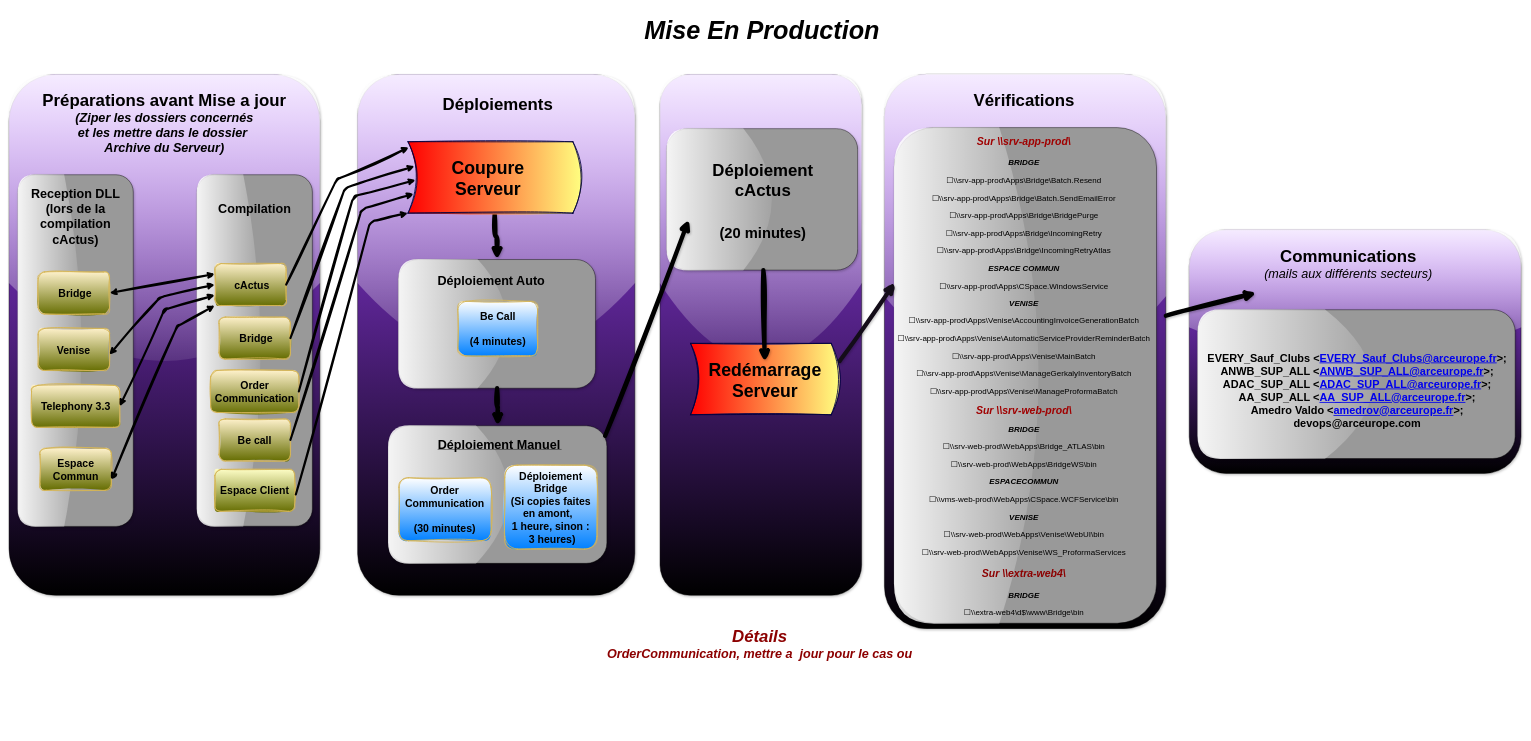
Before: Suivi MEP.drawio in MarcSyndrome/Objectif-du-jour-ARC-EF, a draw.io diagram. Source tidied: cells renumbered, new cells numbered last; positions are measured from the earlier drawing's top-left corner, leaving out a move shared by most shapes. Both pictures are drawn from the tidied source at 42%, with x=0, y=0 at pixel (-100, 7).
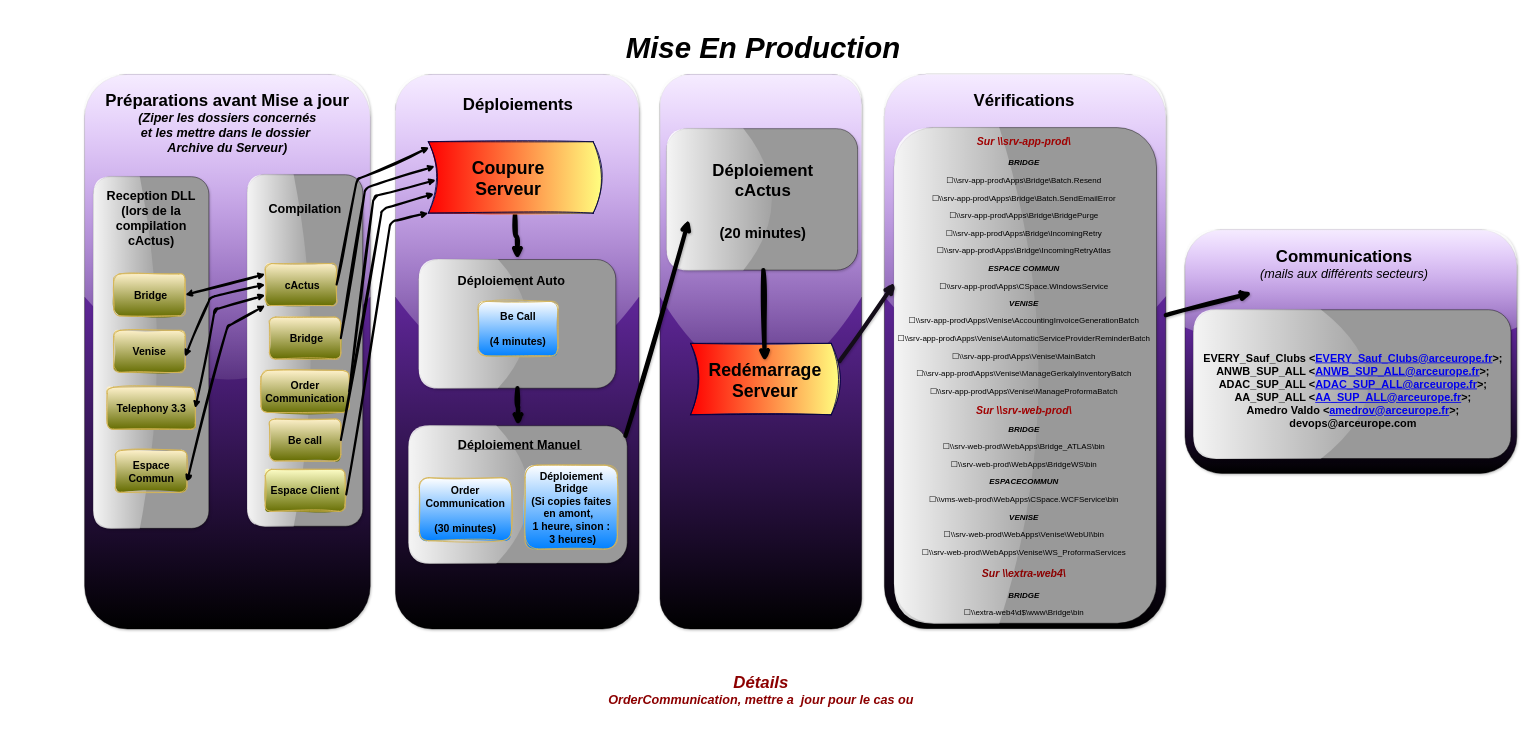
The same page after the edit.

Commit message (it also covers changes not shown here):
Mettre à jour Suivi MEP.drawio

Diff of the diagram source:
```diff
@@
     <mxCell id="2" style="rounded=1;whiteSpace=wrap;html=1;glass=1;shadow=1;fillColor=#9f40ff;fillStyle=auto;gradientColor=default;" parent="1" vertex="1">
-      <mxGeometry x="1810" y="160" width="480" height="1240" as="geometry" />
+      <mxGeometry x="1810" y="160" width="480" height="1320" as="geometry" />
     </mxCell>
     <mxCell id="3" style="rounded=1;whiteSpace=wrap;html=1;glass=1;shadow=1;fillColor=#9f40ff;fillStyle=auto;gradientColor=default;" parent="1" vertex="1">
-      <mxGeometry x="3070" y="529.6" width="790" height="580" as="geometry" />
+      <mxGeometry x="3060" y="529.6" width="790" height="580" as="geometry" />
     </mxCell>
     <mxCell id="4" style="rounded=1;whiteSpace=wrap;html=1;glass=1;shadow=1;fillColor=#9f40ff;fillStyle=auto;gradientColor=default;" parent="1" vertex="1">
-      <mxGeometry x="1090" y="160" width="660" height="1240" as="geometry" />
+      <mxGeometry x="1180" y="160" width="580" height="1320" as="geometry" />
     </mxCell>
     <mxCell id="5" style="rounded=1;whiteSpace=wrap;html=1;glass=1;shadow=1;fillColor=#9f40ff;fillStyle=auto;gradientColor=default;" parent="1" vertex="1">
-      <mxGeometry x="260" y="160" width="740" height="1240" as="geometry" />
+      <mxGeometry x="440" y="160" width="680" height="1320" as="geometry" />
     </mxCell>
     <mxCell id="6" style="rounded=1;whiteSpace=wrap;html=1;rotation=-90;fillColor=#999999;shadow=1;glass=1;" parent="1" vertex="1">
-      <mxGeometry x="1259.7" y="900" width="327.5" height="520" as="geometry" />
+      <mxGeometry x="1308.1" y="900" width="327.5" height="520" as="geometry" />
     </mxCell>
     <mxCell id="7" style="rounded=1;whiteSpace=wrap;html=1;rotation=-90;fillColor=#999999;shadow=1;glass=1;" parent="1" vertex="1">
-      <mxGeometry x="1268.9" y="519.4" width="306.3" height="468.4" as="geometry" />
+      <mxGeometry x="1317.3" y="519.4" width="306.3" height="468.4" as="geometry" />
     </mxCell>
     <mxCell id="8" style="rounded=1;whiteSpace=wrap;html=1;rotation=-90;fillColor=#999999;shadow=1;glass=1;" parent="1" vertex="1">
-      <mxGeometry y="680" width="837.2" height="274.4" as="geometry" />
+      <mxGeometry x="180" y="684.6" width="837.2" height="274.4" as="geometry" />
     </mxCell>
     <mxCell id="9" style="rounded=1;whiteSpace=wrap;html=1;rotation=-90;fillColor=#999999;shadow=1;glass=1;" parent="1" vertex="1">
-      <mxGeometry x="426.6" y="679.8" width="836.8" height="274.4" as="geometry" />
+      <mxGeometry x="546.6" y="679.8" width="836.8" height="274.4" as="geometry" />
     </mxCell>
     <mxCell id="10" value="&lt;div style=&quot;font-size: 25px;&quot;&gt;&lt;font style=&quot;font-size: 25px;&quot;&gt;&lt;b&gt;&amp;nbsp;Bridge&lt;/b&gt;&lt;b&gt;&lt;font style=&quot;font-size: 25px;&quot;&gt;&lt;br&gt;&lt;/font&gt;&lt;/b&gt;&lt;/font&gt;&lt;/div&gt;" style="rounded=1;whiteSpace=wrap;html=1;fillColor=#fff2cc;strokeColor=#d6b656;gradientColor=#646c00;sketch=1;curveFitting=1;jiggle=2;shadow=0;strokeWidth=2;" parent="1" vertex="1">
-      <mxGeometry x="760" y="737.5" width="170" height="100" as="geometry" />
+      <mxGeometry x="880" y="737.5" width="170" height="100" as="geometry" />
     </mxCell>
     <mxCell id="11" value="&lt;div style=&quot;font-size: 21px;&quot;&gt;&lt;font size=&quot;1&quot;&gt;&lt;b&gt;&lt;font style=&quot;font-size: 25px;&quot;&gt;&amp;nbsp;cActus&lt;/font&gt;&lt;/b&gt;&lt;/font&gt;&lt;/div&gt;" style="rounded=1;whiteSpace=wrap;html=1;fillColor=#fff2cc;strokeColor=#d6b656;gradientColor=#646c00;sketch=1;curveFitting=1;jiggle=2;shadow=0;strokeWidth=2;" parent="1" vertex="1">
-      <mxGeometry x="750" y="610" width="170" height="100" as="geometry" />
+      <mxGeometry x="870" y="610" width="170" height="100" as="geometry" />
     </mxCell>
     <mxCell id="12" style="endArrow=classic;html=1;rounded=1;exitX=1;exitY=0.5;exitDx=0;exitDy=0;entryX=0.962;entryY=0.658;entryDx=0;entryDy=0;sketch=1;curveFitting=1;jiggle=2;shadow=0;strokeWidth=5;entryPerimeter=0;" parent="1" edge="1" source="10" target="22">
       <mxGeometry relative="1" as="geometry">
         <Array as="points">
-          <mxPoint x="1060" y="430" />
+          <mxPoint x="1108.4" y="430" />
         </Array>
       </mxGeometry>
     </mxCell>
     <mxCell id="13" style="endArrow=classic;html=1;rounded=1;exitX=1;exitY=0.5;exitDx=0;exitDy=0;entryX=0.995;entryY=0.921;entryDx=0;entryDy=0;sketch=1;curveFitting=1;jiggle=2;shadow=0;strokeWidth=5;entryPerimeter=0;" parent="1" edge="1" source="11" target="22">
       <mxGeometry relative="1" as="geometry">
         <Array as="points">
-          <mxPoint x="1040" y="410" />
+          <mxPoint x="1088.4" y="410" />
         </Array>
       </mxGeometry>
     </mxCell>
     <mxCell id="14" value="&lt;div style=&quot;font-size: 25px;&quot;&gt;&lt;font style=&quot;font-size: 25px;&quot;&gt;&lt;b&gt;Order Communication&lt;/b&gt; &lt;br&gt;&lt;/font&gt;&lt;/div&gt;" style="rounded=1;whiteSpace=wrap;html=1;fillColor=#fff2cc;strokeColor=#d6b656;gradientColor=#646c00;sketch=1;curveFitting=1;jiggle=2;shadow=0;strokeWidth=2;" parent="1" vertex="1">
-      <mxGeometry x="740" y="864.5" width="210" height="100" as="geometry" />
+      <mxGeometry x="860" y="864.5" width="210" height="100" as="geometry" />
     </mxCell>
     <mxCell id="15" style="endArrow=classic;html=1;rounded=1;exitX=1;exitY=0.5;exitDx=0;exitDy=0;entryX=0.956;entryY=0.464;entryDx=0;entryDy=0;sketch=1;curveFitting=1;jiggle=2;shadow=0;strokeWidth=5;entryPerimeter=0;" parent="1" edge="1" source="14" target="22">
       <mxGeometry relative="1" as="geometry">
         <Array as="points">
-          <mxPoint x="1080" y="450" />
+          <mxPoint x="1128.4" y="450" />
         </Array>
       </mxGeometry>
     </mxCell>
     <mxCell id="16" value="&lt;div style=&quot;font-size: 25px;&quot;&gt;&lt;font style=&quot;font-size: 25px;&quot;&gt;&lt;b&gt;Be call&lt;/b&gt;&lt;br&gt;&lt;/font&gt;&lt;/div&gt;" style="rounded=1;whiteSpace=wrap;html=1;fillColor=#fff2cc;strokeColor=#d6b656;gradientColor=#646c00;sketch=1;curveFitting=1;jiggle=2;shadow=0;strokeWidth=2;" parent="1" vertex="1">
-      <mxGeometry x="760" y="980" width="170" height="100" as="geometry" />
+      <mxGeometry x="880" y="980" width="170" height="100" as="geometry" />
     </mxCell>
     <mxCell id="17" style="endArrow=classic;html=1;rounded=1;exitX=1;exitY=0.5;exitDx=0;exitDy=0;entryX=0.967;entryY=0.27;entryDx=0;entryDy=0;sketch=1;curveFitting=1;jiggle=2;shadow=0;strokeWidth=5;entryPerimeter=0;" parent="1" edge="1" source="16" target="22">
       <mxGeometry relative="1" as="geometry">
         <Array as="points">
-          <mxPoint x="1100" y="480" />
+          <mxPoint x="1148.4" y="480" />
         </Array>
       </mxGeometry>
     </mxCell>
     <mxCell id="18" value="&lt;div style=&quot;font-size: 21px;&quot;&gt;&lt;font size=&quot;1&quot;&gt;&lt;b style=&quot;font-size: 25px;&quot;&gt;Telephony 3.3&lt;/b&gt;&lt;/font&gt;&lt;/div&gt;" style="rounded=1;whiteSpace=wrap;html=1;fillColor=#fff2cc;strokeColor=#d6b656;gradientColor=#646c00;sketch=1;curveFitting=1;jiggle=2;shadow=0;strokeWidth=2;" parent="1" vertex="1">
-      <mxGeometry x="313.6" y="900" width="210" height="100" as="geometry" />
+      <mxGeometry x="493.6" y="904.6" width="210" height="100" as="geometry" />
     </mxCell>
     <mxCell id="19" style="endArrow=classic;startArrow=classic;html=1;rounded=1;exitX=0;exitY=0.75;exitDx=0;exitDy=0;entryX=1;entryY=0.5;entryDx=0;entryDy=0;sketch=1;curveFitting=1;jiggle=2;shadow=0;strokeWidth=5;" parent="1" edge="1" source="11" target="18">
       <mxGeometry relative="1" as="geometry">
         <Array as="points">
-          <mxPoint x="630" y="720" />
+          <mxPoint x="750" y="720" />
         </Array>
       </mxGeometry>
     </mxCell>
     <mxCell id="20" value="&lt;div style=&quot;font-size: 21px;&quot;&gt;&lt;font size=&quot;1&quot;&gt;&lt;b style=&quot;font-size: 25px;&quot;&gt;Venise&lt;/b&gt;&lt;/font&gt;&lt;/div&gt;" style="rounded=1;whiteSpace=wrap;html=1;fillColor=#fff2cc;strokeColor=#d6b656;gradientColor=#646c00;sketch=1;curveFitting=1;jiggle=2;shadow=0;strokeWidth=2;" parent="1" vertex="1">
-      <mxGeometry x="329.3" y="764.5" width="170" height="100" as="geometry" />
+      <mxGeometry x="509.3" y="769.1" width="170" height="100" as="geometry" />
     </mxCell>
@@
     <mxCell id="22" style="shape=dataStorage;whiteSpace=wrap;html=1;fixedSize=1;rotation=-180;gradientColor=#ff0000;fillColor=#ffff80;gradientDirection=east;sketch=1;curveFitting=1;jiggle=2;shadow=0;strokeWidth=2;strokeColor=#000040;rounded=1;" parent="1" vertex="1">
-      <mxGeometry x="1210" y="320" width="412.5" height="170" as="geometry" />
+      <mxGeometry x="1258.4" y="320" width="412.5" height="170" as="geometry" />
     </mxCell>
     <mxCell id="23" value="&lt;font style=&quot;font-size: 42px;&quot;&gt;&lt;br&gt;&lt;b&gt;&lt;font style=&quot;font-size: 42px;&quot;&gt;Coupure Serveur&lt;/font&gt;&lt;/b&gt;&lt;br&gt;&lt;br&gt;&lt;/font&gt;" style="text;html=1;strokeColor=none;fillColor=none;align=center;verticalAlign=middle;whiteSpace=wrap;rounded=1;" parent="1" vertex="1">
-      <mxGeometry x="1310" y="365" width="180.6" height="85" as="geometry" />
+      <mxGeometry x="1358.4" y="365" width="180.6" height="85" as="geometry" />
     </mxCell>
     <mxCell id="24" value="&lt;font size=&quot;1&quot;&gt;&lt;b style=&quot;font-size: 30px;&quot;&gt;Compilation&lt;/b&gt;&lt;/font&gt;" style="text;html=1;strokeColor=none;fillColor=none;align=center;verticalAlign=middle;whiteSpace=wrap;rounded=1;" parent="1" vertex="1">
-      <mxGeometry x="730" y="450" width="230" height="60" as="geometry" />
+      <mxGeometry x="850" y="450" width="230" height="60" as="geometry" />
     </mxCell>
     <mxCell id="25" value="&lt;font style=&quot;font-size: 30px;&quot;&gt;&lt;b&gt;Reception DLL (lors de la compilation cActus)&lt;/b&gt;&lt;font style=&quot;font-size: 30px;&quot;&gt;&lt;b&gt;&lt;br&gt;&lt;/b&gt;&lt;/font&gt;&lt;/font&gt;" style="text;html=1;strokeColor=none;fillColor=none;align=center;verticalAlign=middle;whiteSpace=wrap;rounded=1;" parent="1" vertex="1">
-      <mxGeometry x="309.3" y="430" width="218.6" height="135" as="geometry" />
+      <mxGeometry x="489.3" y="434.6" width="218.6" height="135" as="geometry" />
     </mxCell>
     <mxCell id="26" style="endArrow=classic;startArrow=classic;html=1;rounded=1;entryX=0.998;entryY=0.627;entryDx=0;entryDy=0;sketch=1;curveFitting=1;jiggle=2;shadow=0;strokeWidth=5;entryPerimeter=0;exitX=0;exitY=0.5;exitDx=0;exitDy=0;" parent="1" edge="1" source="11" target="20">
       <mxGeometry relative="1" as="geometry">
         <Array as="points">
-          <mxPoint x="620" y="690" />
+          <mxPoint x="740" y="690" />
         </Array>
       </mxGeometry>
     </mxCell>
     <mxCell id="27" value="&lt;div style=&quot;font-size: 25px;&quot;&gt;&lt;font style=&quot;font-size: 25px;&quot;&gt;&lt;b&gt;&lt;font style=&quot;font-size: 25px;&quot;&gt;Espace Client &lt;/font&gt;&lt;/b&gt;&lt;br&gt;&lt;/font&gt;&lt;/div&gt;" style="rounded=1;whiteSpace=wrap;html=1;fillColor=#ffffc8;strokeColor=#d6b656;gradientColor=#646c00;sketch=1;curveFitting=1;jiggle=2;shadow=0;strokeWidth=2;" parent="1" vertex="1">
-      <mxGeometry x="750" y="1100" width="190" height="100" as="geometry" />
+      <mxGeometry x="870" y="1100" width="190" height="100" as="geometry" />
     </mxCell>
     <mxCell id="28" style="endArrow=classic;html=1;rounded=1;exitX=1.015;exitY=0.599;exitDx=0;exitDy=0;entryX=1;entryY=0;entryDx=0;entryDy=0;sketch=1;curveFitting=1;jiggle=2;shadow=0;strokeWidth=5;exitPerimeter=0;" parent="1" edge="1" source="27" target="22">
       <mxGeometry relative="1" as="geometry">
         <Array as="points">
-          <mxPoint x="1120" y="510" />
+          <mxPoint x="1168.4" y="510" />
         </Array>
       </mxGeometry>
     </mxCell>
@@
     <mxCell id="30" value="&lt;font size=&quot;1&quot;&gt;&lt;b style=&quot;font-size: 30px;&quot;&gt;Déploiement Auto&lt;/b&gt;&lt;/font&gt;&amp;nbsp; " style="text;html=1;strokeColor=none;fillColor=none;align=center;verticalAlign=middle;whiteSpace=wrap;rounded=1;" parent="1" vertex="1">
-      <mxGeometry x="1254.9" y="619.8" width="309.6" height="60" as="geometry" />
+      <mxGeometry x="1303.3" y="619.8" width="309.6" height="60" as="geometry" />
     </mxCell>
     <mxCell id="31" value="&lt;u&gt;&lt;font size=&quot;1&quot;&gt;&lt;b style=&quot;font-size: 30px;&quot;&gt;Déploiement Manuel&lt;/b&gt;&lt;/font&gt;&amp;nbsp; &lt;/u&gt;" style="text;html=1;strokeColor=none;fillColor=none;align=center;verticalAlign=middle;whiteSpace=wrap;rounded=1;" parent="1" vertex="1">
-      <mxGeometry x="1259.7" y="1010" width="337.1" height="60" as="geometry" />
+      <mxGeometry x="1308.1" y="1010" width="337.1" height="60" as="geometry" />
     </mxCell>
     <mxCell id="32" value="&lt;div style=&quot;font-size: 25px;&quot;&gt;&lt;font style=&quot;font-size: 25px;&quot;&gt;&lt;b&gt;Déploiement Bridge&lt;/b&gt;&lt;/font&gt;&lt;/div&gt;&lt;div style=&quot;font-size: 25px;&quot;&gt;&lt;font style=&quot;font-size: 25px;&quot;&gt;&lt;b&gt;(Si copies faites en amont,&amp;nbsp;&amp;nbsp;&lt;/b&gt;&lt;/font&gt;&lt;/div&gt;&lt;div style=&quot;font-size: 25px;&quot;&gt;&lt;font style=&quot;font-size: 25px;&quot;&gt;&lt;b&gt;1 heure, sinon :&lt;/b&gt;&lt;/font&gt;&lt;/div&gt;&lt;div style=&quot;font-size: 25px;&quot;&gt;&lt;font style=&quot;font-size: 25px;&quot;&gt;&lt;b&gt;&amp;nbsp;3 heures)&lt;br&gt;&lt;/b&gt;&lt;/font&gt;&lt;/div&gt;" style="rounded=1;whiteSpace=wrap;html=1;fillColor=#0080ff;strokeColor=#d6b656;gradientColor=#ffffff;sketch=1;curveFitting=1;jiggle=2;shadow=0;strokeWidth=2;fillStyle=solid;gradientDirection=north;" parent="1" vertex="1">
-      <mxGeometry x="1440.2" y="1090" width="219.8" height="200" as="geometry" />
+      <mxGeometry x="1488.6" y="1090" width="219.8" height="200" as="geometry" />
     </mxCell>
     <mxCell id="33" value="&lt;div style=&quot;font-size: 25px;&quot;&gt;&lt;font style=&quot;font-size: 25px;&quot;&gt;&lt;b&gt;Order&lt;/b&gt;&lt;/font&gt;&lt;/div&gt;&lt;div style=&quot;font-size: 25px;&quot;&gt;&lt;font style=&quot;font-size: 25px;&quot;&gt;&lt;b&gt;Communication&lt;/b&gt;&lt;/font&gt;&lt;/div&gt;&lt;div style=&quot;font-size: 25px;&quot;&gt;&lt;font style=&quot;font-size: 25px;&quot;&gt;&lt;b&gt;&lt;br&gt;&lt;/b&gt;&lt;b&gt;&lt;font style=&quot;font-size: 25px;&quot;&gt; &lt;/font&gt;&lt;/b&gt;&lt;/font&gt;&lt;/div&gt;&lt;div style=&quot;font-size: 25px;&quot;&gt;&lt;font style=&quot;font-size: 25px;&quot;&gt;&lt;b&gt;&lt;font style=&quot;font-size: 25px;&quot;&gt;(30 minutes)&lt;/font&gt;&lt;/b&gt;&lt;/font&gt;&lt;/div&gt;" style="rounded=1;whiteSpace=wrap;html=1;fillColor=#0080ff;strokeColor=#d6b656;gradientColor=#ffffff;sketch=1;curveFitting=1;jiggle=2;shadow=0;strokeWidth=2;fillStyle=solid;gradientDirection=north;" parent="1" vertex="1">
-      <mxGeometry x="1188.5" y="1120" width="219.2" height="150" as="geometry" />
+      <mxGeometry x="1236.9" y="1120" width="219.2" height="150" as="geometry" />
     </mxCell>
     <mxCell id="34" value="&lt;div style=&quot;font-size: 25px;&quot;&gt;&lt;font style=&quot;font-size: 25px;&quot;&gt;&lt;b&gt;Be Call&lt;/b&gt;&lt;/font&gt;&lt;/div&gt;&lt;div style=&quot;font-size: 25px;&quot;&gt;&lt;font style=&quot;font-size: 25px;&quot;&gt;&lt;b&gt;&lt;br&gt;&lt;/b&gt;&lt;b&gt;&lt;font style=&quot;font-size: 25px;&quot;&gt; &lt;/font&gt;&lt;/b&gt;&lt;/font&gt;&lt;/div&gt;&lt;div style=&quot;font-size: 25px;&quot;&gt;&lt;font style=&quot;font-size: 25px;&quot;&gt;&lt;b&gt;&lt;font style=&quot;font-size: 25px;&quot;&gt;(4 minutes)&lt;/font&gt;&lt;/b&gt;&lt;/font&gt;&lt;/div&gt;" style="rounded=1;whiteSpace=wrap;html=1;fillColor=#0080ff;strokeColor=#d6b656;gradientColor=#ffffff;sketch=1;curveFitting=1;jiggle=2;shadow=0;strokeWidth=2;fillStyle=solid;gradientDirection=north;" parent="1" vertex="1">
-      <mxGeometry x="1328.5" y="700" width="190" height="130" as="geometry" />
+      <mxGeometry x="1376.9" y="700" width="190" height="130" as="geometry" />
     </mxCell>
     <mxCell id="35" value="&lt;div&gt;&lt;b&gt;&lt;font style=&quot;font-size: 40px;&quot;&gt;Préparations avant Mise a jour&lt;/font&gt;&lt;/b&gt;&lt;/div&gt;&lt;div style=&quot;font-size: 30px;&quot;&gt;&lt;i&gt;&lt;font style=&quot;font-size: 30px;&quot;&gt;&lt;b&gt;&lt;font style=&quot;font-size: 30px;&quot;&gt;(Ziper les dossiers concernés&lt;/font&gt;&lt;/b&gt;&lt;/font&gt;&lt;/i&gt;&lt;/div&gt;&lt;div style=&quot;font-size: 30px;&quot;&gt;&lt;i&gt;&lt;font style=&quot;font-size: 30px;&quot;&gt;&lt;b&gt;&lt;font style=&quot;font-size: 30px;&quot;&gt;et les mettre dans le dossier&amp;nbsp;&lt;/font&gt;&lt;/b&gt;&lt;/font&gt;&lt;/i&gt;&lt;/div&gt;&lt;div style=&quot;font-size: 30px;&quot;&gt;&lt;i&gt;&lt;font style=&quot;font-size: 30px;&quot;&gt;&lt;b&gt;&lt;font style=&quot;font-size: 30px;&quot;&gt;Archive du Serveur)&lt;/font&gt;&lt;font style=&quot;font-size: 30px;&quot;&gt;&lt;br&gt;&lt;/font&gt;&lt;/b&gt;&lt;/font&gt;&lt;/i&gt;&lt;/div&gt;" style="text;html=1;strokeColor=none;fillColor=none;align=center;verticalAlign=middle;whiteSpace=wrap;rounded=1;" parent="1" vertex="1">
-      <mxGeometry x="280" y="190" width="700" height="170" as="geometry" />
+      <mxGeometry x="430" y="190" width="700" height="170" as="geometry" />
     </mxCell>
     <mxCell id="36" value="&lt;div&gt;&lt;b&gt;&lt;font style=&quot;font-size: 40px;&quot;&gt;Déploiements&lt;/font&gt;&lt;/b&gt;&lt;/div&gt;" style="text;html=1;strokeColor=none;fillColor=none;align=center;verticalAlign=middle;whiteSpace=wrap;rounded=1;" parent="1" vertex="1">
-      <mxGeometry x="1188.5" y="200" width="470" height="60" as="geometry" />
+      <mxGeometry x="1236.9" y="200" width="470" height="60" as="geometry" />
     </mxCell>
@@
     <mxCell id="43" value="&lt;div&gt;&lt;b&gt;&lt;font style=&quot;font-size: 40px;&quot;&gt;Communications&lt;/font&gt;&lt;/b&gt;&lt;/div&gt;&lt;font size=&quot;1&quot;&gt;&lt;i style=&quot;font-size: 30px;&quot;&gt;(mails aux différents secteurs)&lt;/i&gt;&lt;/font&gt;" style="text;html=1;strokeColor=none;fillColor=none;align=center;verticalAlign=middle;whiteSpace=wrap;rounded=1;" parent="1" vertex="1">
-      <mxGeometry x="3230" y="539.6" width="437.5" height="140" as="geometry" />
+      <mxGeometry x="3220" y="539.6" width="437.5" height="140" as="geometry" />
     </mxCell>
@@
     <mxCell id="45" style="rounded=1;whiteSpace=wrap;html=1;rotation=-90;fillColor=#999999;shadow=1;glass=1;" parent="1" vertex="1">
-      <mxGeometry x="3291.2" y="519.4" width="354.2" height="755.4" as="geometry" />
+      <mxGeometry x="3281.2" y="519.4" width="354.2" height="755.4" as="geometry" />
     </mxCell>
     <mxCell id="46" value="&lt;font style=&quot;font-size: 26px;&quot;&gt;&lt;b&gt;&lt;font style=&quot;font-size: 26px;&quot;&gt;EVERY_Sauf_Clubs &amp;lt;&lt;a href=&quot;mailto:EVERY_Sauf_Clubs@arceurope.fr&quot;&gt;EVERY_Sauf_Clubs@arceurope.fr&lt;/a&gt;&amp;gt;;&lt;br&gt;ANWB_SUP_ALL &amp;lt;&lt;a href=&quot;mailto:ANWB_SUP_ALL@arceurope.fr&quot;&gt;ANWB_SUP_ALL@arceurope.fr&lt;/a&gt;&amp;gt;;&lt;br&gt;ADAC_SUP_ALL &amp;lt;&lt;a href=&quot;mailto:ADAC_SUP_ALL@arceurope.fr&quot;&gt;ADAC_SUP_ALL@arceurope.fr&lt;/a&gt;&amp;gt;;&lt;br&gt;AA_SUP_ALL &amp;lt;&lt;a href=&quot;mailto:AA_SUP_ALL@arceurope.fr&quot;&gt;AA_SUP_ALL@arceurope.fr&lt;/a&gt;&amp;gt;;&lt;br&gt;Amedro Valdo &amp;lt;&lt;a href=&quot;mailto:amedrov@arceurope.fr&quot;&gt;amedrov@arceurope.fr&lt;/a&gt;&amp;gt;;&lt;br&gt;&lt;/font&gt;&lt;/b&gt;&lt;/font&gt;&lt;div style=&quot;font-size: 26px;&quot;&gt;&lt;font style=&quot;font-size: 26px;&quot;&gt;&lt;b&gt;&lt;font style=&quot;font-size: 26px;&quot;&gt;devops@arceurope.com&lt;/font&gt;&lt;/b&gt;&lt;/font&gt;&lt;/div&gt;" style="text;html=1;strokeColor=none;fillColor=none;align=center;verticalAlign=middle;whiteSpace=wrap;rounded=1;" parent="1" vertex="1">
-      <mxGeometry x="3100" y="763.4" width="740" height="300" as="geometry" />
+      <mxGeometry x="3090" y="763.4" width="740" height="300" as="geometry" />
     </mxCell>
     <mxCell id="47" value="&lt;div style=&quot;font-size: 30px;&quot;&gt;&lt;font color=&quot;#8c0000&quot;&gt;&lt;i&gt;&lt;b&gt;&lt;font style=&quot;font-size: 40px;&quot;&gt;Détails&lt;/font&gt;&lt;/b&gt;&lt;/i&gt;&lt;/font&gt;&lt;/div&gt;&lt;div style=&quot;font-size: 30px;&quot;&gt;&lt;font color=&quot;#8c0000&quot;&gt;&lt;i&gt;&lt;b&gt;&lt;font style=&quot;font-size: 30px;&quot;&gt;OrderCommunication, mettre a&amp;nbsp; jour pour le cas ou&lt;br&gt;&lt;/font&gt;&lt;/b&gt;&lt;/i&gt;&lt;/font&gt;&lt;/div&gt;" style="text;html=1;strokeColor=none;fillColor=none;align=center;verticalAlign=middle;whiteSpace=wrap;rounded=1;" parent="1" vertex="1">
-      <mxGeometry x="1470" y="1410" width="1155" height="210" as="geometry" />
+      <mxGeometry x="1472.5" y="1520" width="1155" height="210" as="geometry" />
     </mxCell>
     <mxCell id="48" value="&lt;div style=&quot;font-size: 25px;&quot;&gt;&lt;font style=&quot;font-size: 25px;&quot;&gt;&lt;b&gt;&amp;nbsp;Bridge&lt;/b&gt;&lt;b&gt;&lt;font style=&quot;font-size: 25px;&quot;&gt;&lt;br&gt;&lt;/font&gt;&lt;/b&gt;&lt;/font&gt;&lt;/div&gt;" style="rounded=1;whiteSpace=wrap;html=1;fillColor=#fff2cc;strokeColor=#d6b656;gradientColor=#646c00;sketch=1;curveFitting=1;jiggle=2;shadow=0;strokeWidth=2;" parent="1" vertex="1">
-      <mxGeometry x="329.3" y="630" width="170" height="100" as="geometry" />
+      <mxGeometry x="509.3" y="634.6" width="170" height="100" as="geometry" />
     </mxCell>
@@
     <mxCell id="50" value="&lt;div style=&quot;font-size: 25px;&quot;&gt;&lt;font style=&quot;font-size: 25px;&quot;&gt;&lt;b&gt;Espace Commun&lt;/b&gt;&lt;br&gt;&lt;/font&gt;&lt;/div&gt;" style="rounded=1;whiteSpace=wrap;html=1;fillColor=#fff2cc;strokeColor=#d6b656;gradientColor=#646c00;sketch=1;curveFitting=1;jiggle=2;shadow=0;strokeWidth=2;" parent="1" vertex="1">
-      <mxGeometry x="333.6" y="1050" width="170" height="100" as="geometry" />
+      <mxGeometry x="513.6" y="1054.6" width="170" height="100" as="geometry" />
     </mxCell>
     <mxCell id="51" style="endArrow=classic;startArrow=classic;html=1;rounded=1;exitX=0;exitY=1;exitDx=0;exitDy=0;entryX=1;entryY=0.75;entryDx=0;entryDy=0;sketch=1;curveFitting=1;jiggle=2;shadow=0;strokeWidth=5;" parent="1" edge="1" source="11" target="50">
       <mxGeometry relative="1" as="geometry">
         <Array as="points">
-          <mxPoint x="660" y="760" />
+          <mxPoint x="780" y="760" />
         </Array>
       </mxGeometry>
     </mxCell>
@@
-    <mxCell id="57" value="&lt;font size=&quot;1&quot;&gt;&lt;b&gt;&lt;i&gt;&lt;font style=&quot;font-size: 60px;&quot;&gt;Mise En Production&lt;/font&gt;&lt;/i&gt;&lt;/b&gt;&lt;/font&gt;" style="text;html=1;strokeColor=none;fillColor=none;align=center;verticalAlign=middle;whiteSpace=wrap;rounded=0;" parent="1" vertex="1">
-      <mxGeometry x="1768.4" width="570" height="110" as="geometry" />
+    <mxCell id="57" value="&lt;font size=&quot;1&quot;&gt;&lt;b&gt;&lt;i&gt;&lt;font style=&quot;font-size: 70px;&quot;&gt;Mise En Production&lt;/font&gt;&lt;/i&gt;&lt;/b&gt;&lt;/font&gt;" style="text;html=1;strokeColor=none;fillColor=none;align=center;verticalAlign=middle;whiteSpace=wrap;rounded=0;" parent="1" vertex="1">
+      <mxGeometry x="1643.7" y="39.5" width="822.6" height="110" as="geometry" />
     </mxCell>
```
